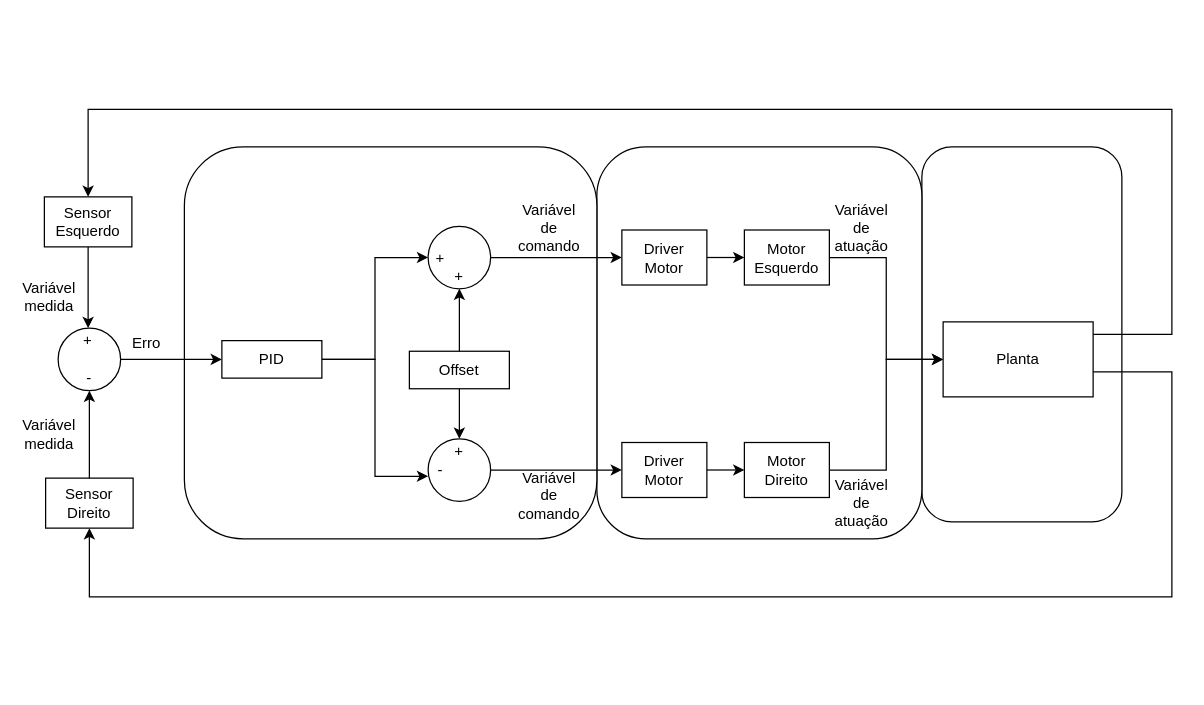
Before: 03Flowcharts/PID/DiagramaPID_v2.drawio in LPI-2020/DWR-19, a draw.io diagram. Source tidied: cells renumbered, new cells numbered last; positions are measured from the earlier drawing's top-left corner, leaving out a move shared by most shapes. Both pictures are drawn from the tidied source at 125%, with x=0, y=0 at pixel (21, 109).
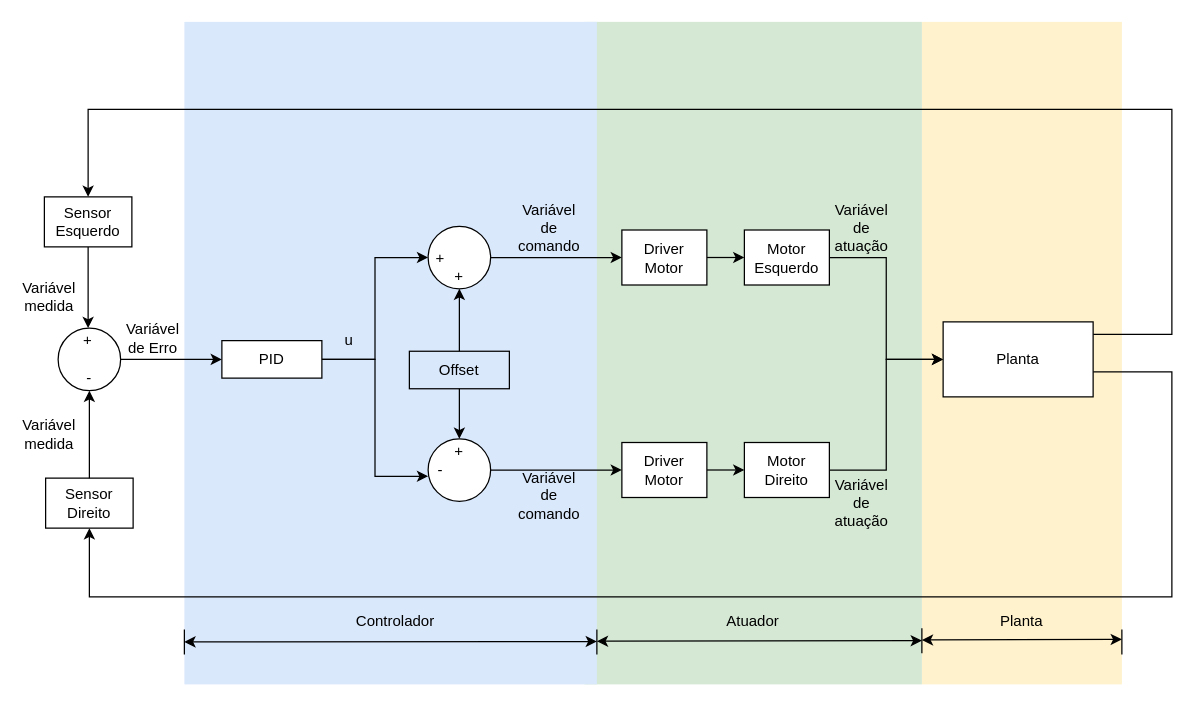
The same page after the edit.

Commit message (it also covers changes not shown here):
Diagrama PID corrigido

The edit, as a diff of the source:
```diff
@@
-    <mxCell id="2" style="rounded=1;whiteSpace=wrap;html=1;" parent="1" vertex="1">
-      <mxGeometry x="720" y="30" width="160" height="300" as="geometry" />
+    <mxCell id="2" style="rounded=0;whiteSpace=wrap;html=1;fillColor=#fff2cc;strokeColor=none;" parent="1" vertex="1">
+      <mxGeometry x="720" y="-70" width="160" height="530" as="geometry" />
     </mxCell>
-    <mxCell id="3" style="rounded=1;whiteSpace=wrap;html=1;" parent="1" vertex="1">
-      <mxGeometry x="460" y="30" width="260" height="313.5" as="geometry" />
+    <mxCell id="3" style="rounded=0;whiteSpace=wrap;html=1;fillColor=#d5e8d4;strokeColor=none;" parent="1" vertex="1">
+      <mxGeometry x="450" y="-70" width="270" height="530" as="geometry" />
     </mxCell>
-    <mxCell id="4" style="rounded=1;whiteSpace=wrap;html=1;" parent="1" vertex="1">
-      <mxGeometry x="130" y="30" width="330" height="313.5" as="geometry" />
+    <mxCell id="4" style="rounded=0;whiteSpace=wrap;html=1;fillColor=#dae8fc;strokeColor=none;glass=0;shadow=0;sketch=0;" parent="1" vertex="1">
+      <mxGeometry x="130" y="-70" width="330" height="530" as="geometry" />
     </mxCell>
@@
-    <mxCell id="9" value="Erro" style="text;html=1;strokeColor=none;fillColor=none;align=center;verticalAlign=middle;whiteSpace=wrap;rounded=0;direction=south;" parent="1" vertex="1">
-      <mxGeometry x="90" y="141.8" width="20" height="90" as="geometry" />
+    <mxCell id="9" value="Variável de Erro" style="text;html=1;strokeColor=none;fillColor=none;align=center;verticalAlign=middle;whiteSpace=wrap;rounded=0;direction=south;" parent="1" vertex="1">
+      <mxGeometry x="95" y="137.8" width="20" height="90" as="geometry" />
     </mxCell>
@@
+    <mxCell id="48" value="u" style="text;html=1;strokeColor=none;fillColor=none;align=center;verticalAlign=middle;whiteSpace=wrap;rounded=0;direction=south;" parent="1" vertex="1">
+      <mxGeometry x="240" y="170" width="44" height="29.5" as="geometry" />
+    </mxCell>
+    <mxCell id="49" style="endArrow=none;html=1;" parent="1" edge="1">
+      <mxGeometry relative="1" as="geometry">
+        <mxPoint x="880" y="436" as="sourcePoint" />
+        <mxPoint x="880" y="416" as="targetPoint" />
+        <Array as="points">
+          <mxPoint x="880" y="416" />
+        </Array>
+      </mxGeometry>
+    </mxCell>
+    <mxCell id="50" style="group;" parent="1" vertex="1">
+      <mxGeometry x="130" y="400" width="750" height="26" as="geometry" />
+    </mxCell>
+    <mxCell id="51" style="endArrow=classic;startArrow=classic;html=1;entryX=1;entryY=0.956;entryDx=0;entryDy=0;entryPerimeter=0;" parent="50" edge="1">
+      <mxGeometry relative="1" as="geometry">
+        <mxPoint y="26" as="sourcePoint" />
+        <mxPoint x="330" y="25.7" as="targetPoint" />
+      </mxGeometry>
+    </mxCell>
+    <mxCell id="52" style="endArrow=classic;startArrow=classic;html=1;exitX=-0.007;exitY=0.957;exitDx=0;exitDy=0;exitPerimeter=0;" parent="50" edge="1">
+      <mxGeometry relative="1" as="geometry">
+        <mxPoint x="330" y="25.5" as="sourcePoint" />
+        <mxPoint x="590" y="25" as="targetPoint" />
+      </mxGeometry>
+    </mxCell>
+    <mxCell id="53" style="endArrow=classic;startArrow=classic;html=1;exitX=-0.007;exitY=0.957;exitDx=0;exitDy=0;exitPerimeter=0;" parent="50" edge="1">
+      <mxGeometry relative="1" as="geometry">
+        <mxPoint x="590" y="24.5" as="sourcePoint" />
+        <mxPoint x="750" y="24" as="targetPoint" />
+      </mxGeometry>
+    </mxCell>
+    <mxCell id="54" style="endArrow=none;html=1;" parent="50" edge="1">
+      <mxGeometry relative="1" as="geometry">
+        <mxPoint x="330" y="36" as="sourcePoint" />
+        <mxPoint x="330" y="16" as="targetPoint" />
+        <Array as="points">
+          <mxPoint x="330" y="16" />
+        </Array>
+      </mxGeometry>
+    </mxCell>
+    <mxCell id="55" style="endArrow=none;html=1;" parent="50" edge="1">
+      <mxGeometry relative="1" as="geometry">
+        <mxPoint x="590" y="35" as="sourcePoint" />
+        <mxPoint x="590" y="15" as="targetPoint" />
+        <Array as="points">
+          <mxPoint x="590" y="15" />
+        </Array>
+      </mxGeometry>
+    </mxCell>
+    <mxCell id="56" style="endArrow=none;html=1;" parent="50" edge="1">
+      <mxGeometry relative="1" as="geometry">
+        <mxPoint y="36" as="sourcePoint" />
+        <mxPoint y="16" as="targetPoint" />
+        <Array as="points">
+          <mxPoint y="16" />
+        </Array>
+      </mxGeometry>
+    </mxCell>
+    <mxCell id="57" value="Controlador" style="text;html=1;strokeColor=none;fillColor=none;align=center;verticalAlign=middle;whiteSpace=wrap;rounded=0;shadow=0;glass=0;sketch=0;" parent="50" vertex="1">
+      <mxGeometry x="149" width="40" height="20" as="geometry" />
+    </mxCell>
+    <mxCell id="58" value="Atuador" style="text;html=1;strokeColor=none;fillColor=none;align=center;verticalAlign=middle;whiteSpace=wrap;rounded=0;shadow=0;glass=0;sketch=0;" parent="50" vertex="1">
+      <mxGeometry x="435" width="40" height="20" as="geometry" />
+    </mxCell>
+    <mxCell id="59" value="Planta" style="text;html=1;strokeColor=none;fillColor=none;align=center;verticalAlign=middle;whiteSpace=wrap;rounded=0;shadow=0;glass=0;sketch=0;" parent="50" vertex="1">
+      <mxGeometry x="650" width="40" height="20" as="geometry" />
+    </mxCell>
```
